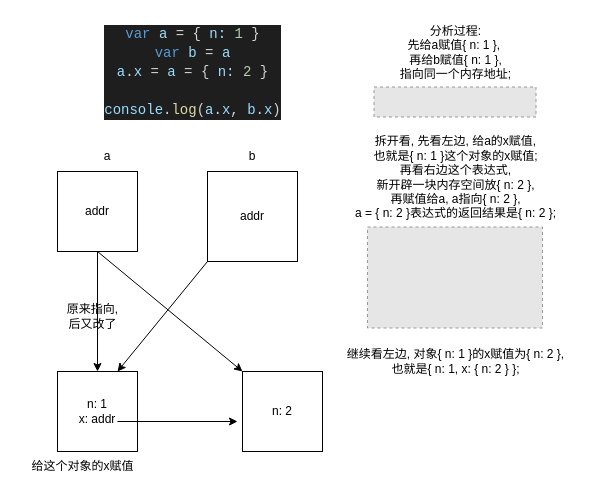
lpjia/demo keeps this draw.io diagram as 面试题/连续赋值/连续赋值.drawio. Above is the earlier version. Source tidied: cells renumbered, new cells numbered last; positions are measured from the earlier drawing's top-left corner, leaving out a move shared by most shapes. Both pictures are drawn from the tidied source at 100%, with x=0, y=0 at pixel (17, 17). Pictures stored in the file or linked from it are replaced by grey dashed boxes.
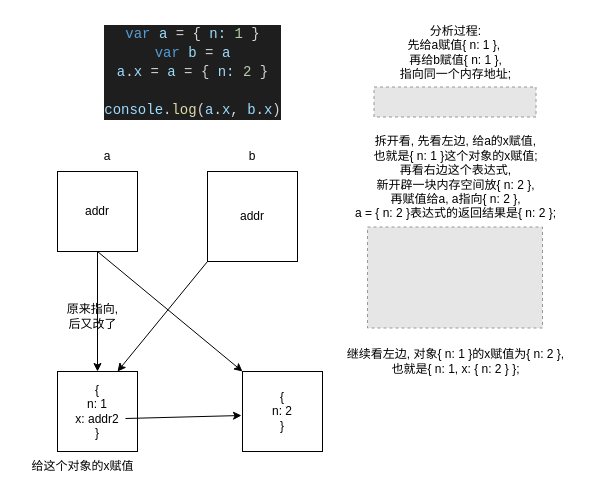
The same page after the edit.

What changed in the source:
```diff
@@
-    <mxCell id="8" value="n: 1&lt;br&gt;x: addr" style="whiteSpace=wrap;html=1;" parent="1" vertex="1">
+    <mxCell id="8" value="{&lt;br&gt;n: 1&lt;br&gt;x: addr2&lt;br&gt;}" style="whiteSpace=wrap;html=1;" parent="1" vertex="1">
       <mxGeometry x="40" y="354" width="80" height="80" as="geometry" />
     </mxCell>
@@
-    <mxCell id="10" value="n: 2" style="whiteSpace=wrap;html=1;" parent="1" vertex="1">
+    <mxCell id="10" value="{&lt;br&gt;n: 2&lt;br&gt;}" style="whiteSpace=wrap;html=1;" parent="1" vertex="1">
       <mxGeometry x="225" y="354" width="80" height="80" as="geometry" />
     </mxCell>
@@
     <mxCell id="14" style="edgeStyle=none;orthogonalLoop=1;jettySize=auto;html=1;" parent="1" edge="1">
       <mxGeometry relative="1" as="geometry">
-        <mxPoint x="100" y="404" as="sourcePoint" />
-        <mxPoint x="220" y="404" as="targetPoint" />
+        <mxPoint x="108" y="401" as="sourcePoint" />
+        <mxPoint x="224" y="398" as="targetPoint" />
       </mxGeometry>
     </mxCell>
```
